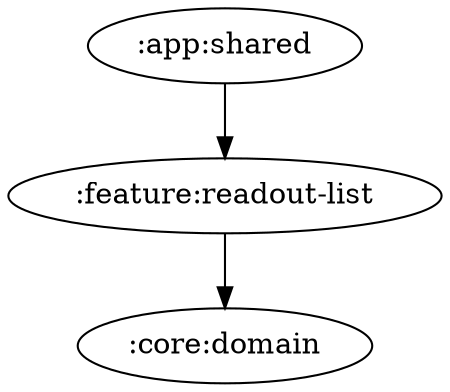
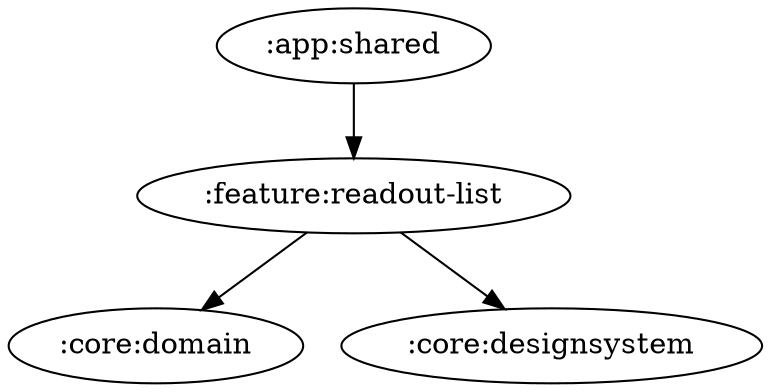
digraph G {
  rankdir=TB
  ":app:shared" -> ":feature:readout-list"
  ":feature:readout-list" -> ":core:domain"
+   ":feature:readout-list" -> ":core:designsystem"
}